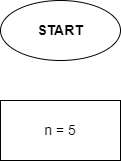
This is HomeworksAndLessons/SeminarHomeworks/Seminar_001/Ex_008/Ex_008.drawio.png from ViktorShipitsin/education, a draw.io export, as it was before one commit. Source tidied: cells renumbered, new cells last; positions are measured from the earlier drawing's top-left corner, leaving out a move shared by most shapes.
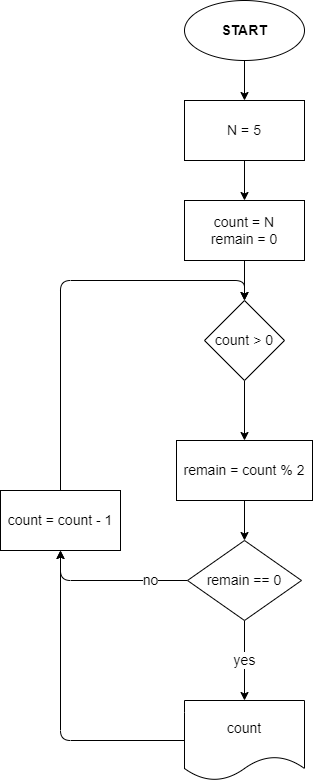
The same diagram one commit later.

What changed in the source:
```diff
@@ -2,11 +2,69 @@
   <root>
     <mxCell id="0" />
     <mxCell id="1" parent="0" />
+    <mxCell id="4" style="edgeStyle=none;html=1;exitX=0.5;exitY=1;exitDx=0;exitDy=0;entryX=0.5;entryY=0;entryDx=0;entryDy=0;" parent="1" edge="1" source="2" target="3">
+      <mxGeometry relative="1" as="geometry" />
+    </mxCell>
     <mxCell id="2" value="&lt;font style=&quot;font-size: 14px&quot;&gt;&lt;b&gt;START&lt;/b&gt;&lt;/font&gt;" style="ellipse;whiteSpace=wrap;html=1;" parent="1" vertex="1">
       <mxGeometry width="120" height="60" as="geometry" />
     </mxCell>
+    <mxCell id="5" style="edgeStyle=none;html=1;exitX=0.5;exitY=1;exitDx=0;exitDy=0;entryX=0.5;entryY=0;entryDx=0;entryDy=0;" parent="1" edge="1" source="3" target="7">
+      <mxGeometry relative="1" as="geometry" />
+    </mxCell>
-    <mxCell id="3" value="n = 5" style="rounded=0;whiteSpace=wrap;html=1;fontSize=14;" parent="1" vertex="1">
+    <mxCell id="3" value="N = 5" style="rounded=0;whiteSpace=wrap;html=1;fontSize=14;" parent="1" vertex="1">
       <mxGeometry y="100" width="120" height="60" as="geometry" />
     </mxCell>
+    <mxCell id="6" style="edgeStyle=none;html=1;" parent="1" edge="1" source="7" target="9">
+      <mxGeometry relative="1" as="geometry" />
+    </mxCell>
+    <mxCell id="7" value="count = N&lt;br&gt;remain = 0" style="rounded=0;whiteSpace=wrap;html=1;fontSize=14;" parent="1" vertex="1">
+      <mxGeometry y="200" width="120" height="60" as="geometry" />
+    </mxCell>
+    <mxCell id="8" style="edgeStyle=none;html=1;" parent="1" edge="1" source="9" target="11">
+      <mxGeometry relative="1" as="geometry" />
+    </mxCell>
+    <mxCell id="9" value="count &amp;gt; 0" style="rhombus;whiteSpace=wrap;html=1;fontSize=14;rounded=0;" parent="1" vertex="1">
+      <mxGeometry x="20" y="300" width="80" height="80" as="geometry" />
+    </mxCell>
+    <mxCell id="10" style="edgeStyle=none;html=1;exitX=0.5;exitY=1;exitDx=0;exitDy=0;entryX=0.5;entryY=0;entryDx=0;entryDy=0;" parent="1" edge="1" source="11" target="14">
+      <mxGeometry relative="1" as="geometry" />
+    </mxCell>
+    <mxCell id="11" value="remain = count % 2" style="whiteSpace=wrap;html=1;fontSize=14;rounded=0;" parent="1" vertex="1">
+      <mxGeometry x="-8" y="440" width="136" height="60" as="geometry" />
+    </mxCell>
+    <mxCell id="12" value="&lt;font style=&quot;font-size: 14px&quot;&gt;no&lt;/font&gt;" style="edgeStyle=none;html=1;exitX=0;exitY=0.5;exitDx=0;exitDy=0;entryX=0.5;entryY=1;entryDx=0;entryDy=0;" parent="1" edge="1" source="14" target="18">
+      <mxGeometry x="-0.53" relative="1" as="geometry">
+        <Array as="points">
+          <mxPoint x="-124" y="580" />
+        </Array>
+      </mxGeometry>
+    </mxCell>
+    <mxCell id="13" value="&lt;font style=&quot;font-size: 14px&quot;&gt;yes&lt;/font&gt;" style="edgeStyle=none;html=1;" parent="1" edge="1" source="14" target="16">
+      <mxGeometry relative="1" as="geometry" />
+    </mxCell>
+    <mxCell id="14" value="remain == 0" style="rhombus;whiteSpace=wrap;html=1;fontSize=14;rounded=0;" parent="1" vertex="1">
+      <mxGeometry x="3" y="540" width="114" height="80" as="geometry" />
+    </mxCell>
+    <mxCell id="15" style="edgeStyle=none;html=1;" parent="1" edge="1" source="16" target="18">
+      <mxGeometry relative="1" as="geometry">
+        <Array as="points">
+          <mxPoint x="-124" y="740" />
+        </Array>
+      </mxGeometry>
+    </mxCell>
+    <mxCell id="16" value="count" style="shape=document;whiteSpace=wrap;html=1;boundedLbl=1;fontSize=14;rounded=0;" parent="1" vertex="1">
+      <mxGeometry y="700" width="120" height="80" as="geometry" />
+    </mxCell>
+    <mxCell id="17" style="edgeStyle=none;html=1;exitX=0.5;exitY=0;exitDx=0;exitDy=0;entryX=0.5;entryY=0;entryDx=0;entryDy=0;fontSize=14;" parent="1" edge="1" source="18" target="9">
+      <mxGeometry relative="1" as="geometry">
+        <Array as="points">
+          <mxPoint x="-124" y="280" />
+          <mxPoint x="60" y="280" />
+        </Array>
+      </mxGeometry>
+    </mxCell>
+    <mxCell id="18" value="count = count - 1" style="whiteSpace=wrap;html=1;fontSize=14;rounded=0;" parent="1" vertex="1">
+      <mxGeometry x="-184" y="490" width="120" height="60" as="geometry" />
+    </mxCell>
   </root>
 </mxGraphModel>
```
